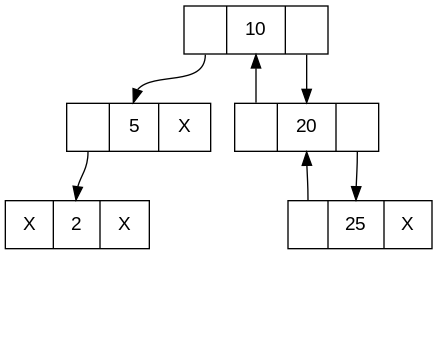
Above: diagram.png in radwanCS/Data-Structure-Visualization-with-Graphviz (Graphviz), before the change. Its source is kept beside it as diagram.dot.
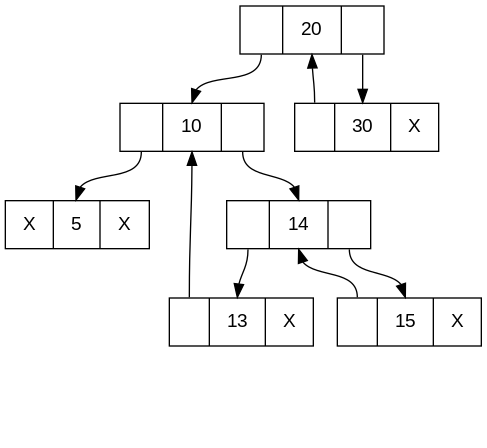
Later version of the same file.

Commit message:
added the delete operation for the left threaded tree

What changed in the source:
```diff
@@ -1,23 +1,32 @@
 digraph LTBT{
 	node [fontname="Arial", shape=record, height=0.5, width=1.5];
+	20 [label="<left> |<data> 20 |<right> "];
 	10 [label="<left> |<data> 10 |<right> "];
-	5 [label="<left> |<data> 5 |<right> X"];
+	30 [label="<left> |<data> 30 |<right> X"];
+	5 [label="<left> X|<data> 5 |<right> X"];
+	14 [label="<left> |<data> 14 |<right> "];
 	20 [label="<left> |<data> 20 |<right> "];
-	2 [label="<left> X|<data> 2 |<right> X"];
+	13 [label="<left> |<data> 13 |<right> X"];
+	15 [label="<left> |<data> 15 |<right> X"];
 	10 [label="<left> |<data> 10 |<right> "];
-	25 [label="<left> |<data> 25 |<right> X"];
+	30 [label="<left> |<data> 30 |<right> X"];
+	20:left -> 10:data;
+	20:right -> 30:data;
 	10:left -> 5:data;
-	10:right -> 20:data;
-	5:left -> 2:data;
+	10:right -> 14:data;
 	NULL1 [shape=point style=invis];
-	5:right -> NULL1 [style=invis];
+	5:left -> NULL1 [style=invis];
 	NULL2 [shape=point style=invis];
-	2:left -> NULL2 [style=invis];
+	5:right -> NULL2 [style=invis];
+	14:left -> 13:data;
+	14:right -> 15:data;
+	13:left -> 10:data;
 	NULL3 [shape=point style=invis];
-	2:right -> NULL3 [style=invis];
-	20:left -> 10:data;
-	20:right -> 25:data;
-	25:left -> 20:data;
+	13:right -> NULL3 [style=invis];
+	15:left -> 14:data;
 	NULL4 [shape=point style=invis];
-	25:right -> NULL4 [style=invis];
+	15:right -> NULL4 [style=invis];
+	30:left -> 20:data;
+	NULL5 [shape=point style=invis];
+	30:right -> NULL5 [style=invis];
 }
```
